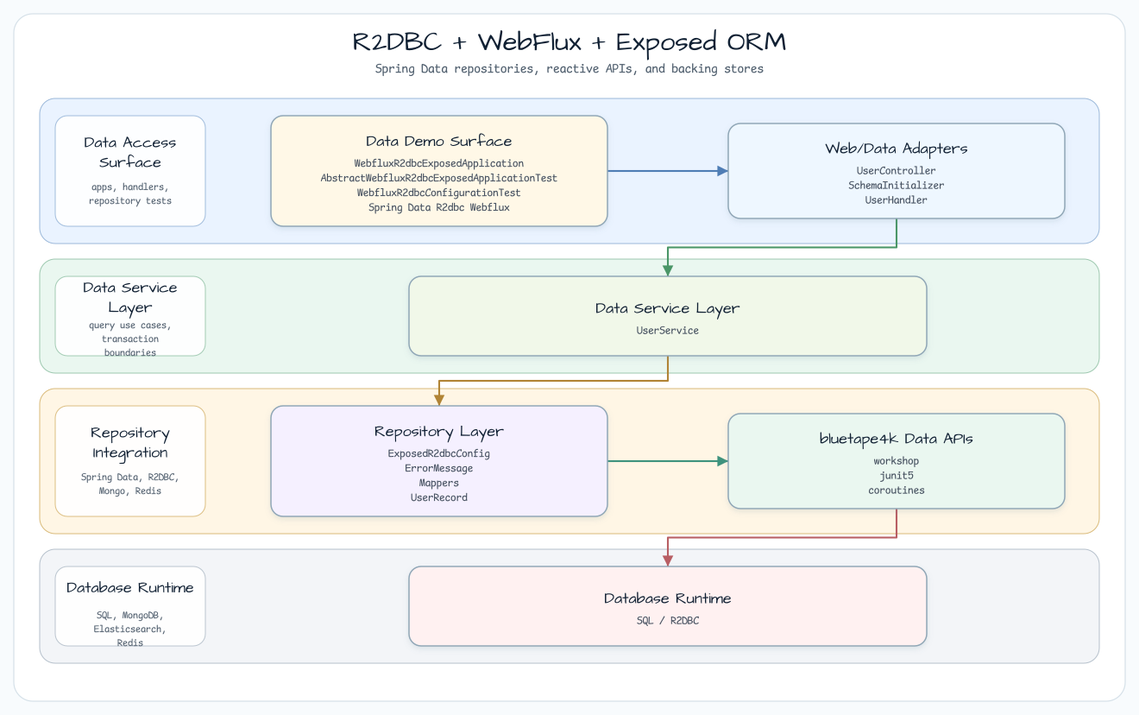
bluetape4k/bluetape4k-workshop keeps this Graphviz diagram as docs/images/readme-diagrams/spring-data-r2dbc-webflux-exposed-readme-architecture-01.png. Above is the earlier version. Its source is kept beside it as docs/images/readme-diagrams/spring-data-r2dbc-webflux-exposed-readme-architecture-01.dot.
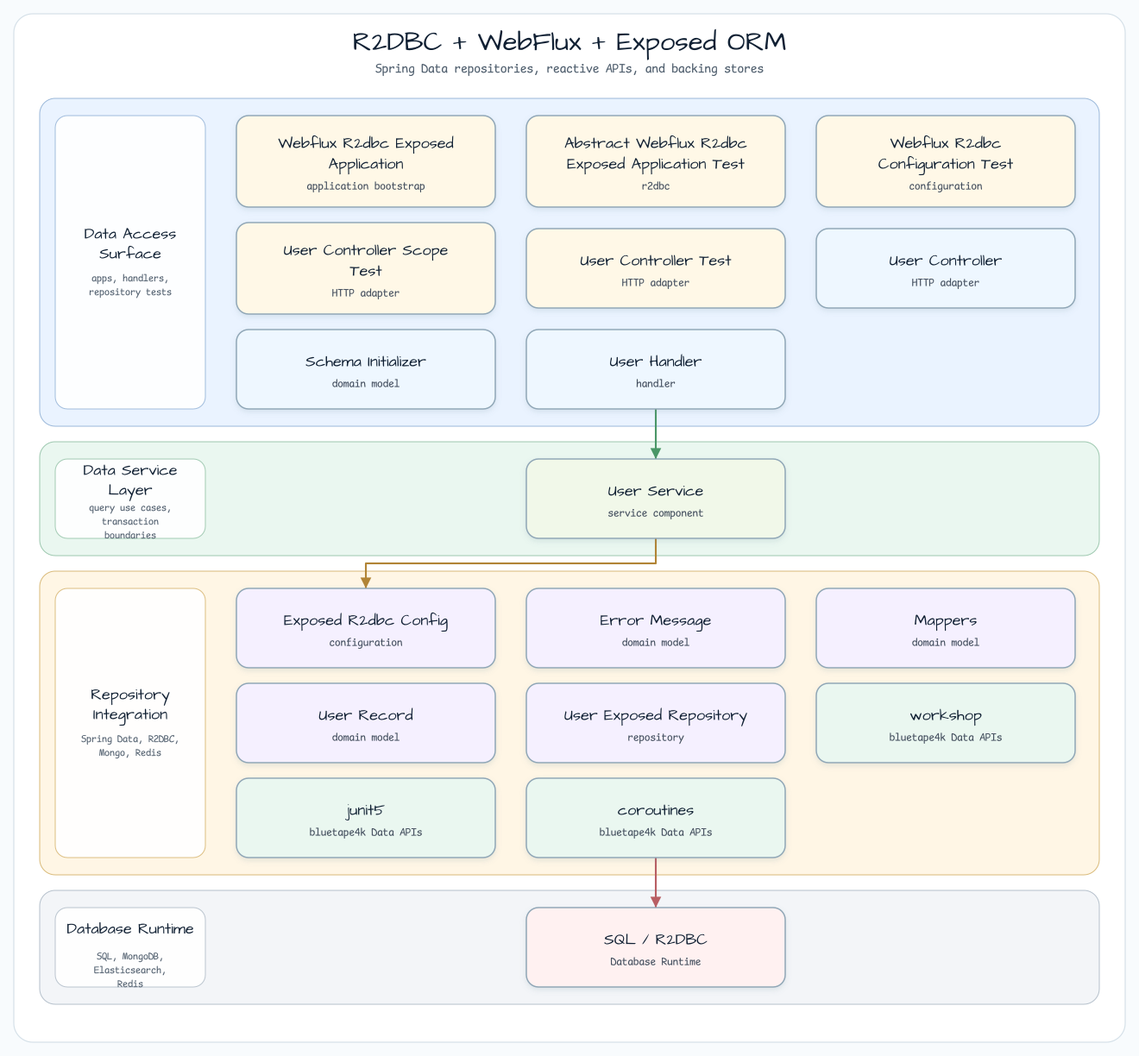
The same diagram one commit later.

Diff of the diagram source:
```diff
@@ -26,16 +26,26 @@
     fontsize=11
   ];
 
-  entry [label="Data Demo Surface\nWebfluxR2dbcExposedApplication\nAbstractWebfluxR2dbcExposedApplicationTest\nWebfluxR2dbcConfigurationTest\nSpring Data R2dbc Webflux", fillcolor="#FFF8E7"];
-  api [label="Web/Data Adapters\nUserController\nSchemaInitializer\nUserHandler", fillcolor="#EEF7FF"];
-  service [label="Data Service Layer\nUserService", fillcolor="#F1F8E9"];
-  infra [label="Repository Layer\nExposedR2dbcConfig\nErrorMessage\nMappers\nUserRecord", fillcolor="#F5F0FF"];
-  bt [label="bluetape4k Data APIs\nworkshop\njunit5\ncoroutines", fillcolor="#EAF7F0"];
-  runtime [label="Database Runtime\nSQL / R2DBC", fillcolor="#FFF1F1"];
+  entry0 [label="Webflux R2dbc Exposed Application\napplication bootstrap", fillcolor="#FFF8E7"];
+  entry1 [label="Abstract Webflux R2dbc Exposed Application Test\nr2dbc", fillcolor="#FFF8E7"];
+  entry2 [label="Webflux R2dbc Configuration Test\nconfiguration", fillcolor="#FFF8E7"];
+  entry3 [label="User Controller Scope Test\nHTTP adapter", fillcolor="#FFF8E7"];
+  entry4 [label="User Controller Test\nHTTP adapter", fillcolor="#FFF8E7"];
+  api0 [label="User Controller\nHTTP adapter", fillcolor="#EEF7FF"];
+  api1 [label="Schema Initializer\ndomain model", fillcolor="#EEF7FF"];
+  api2 [label="User Handler\nhandler", fillcolor="#EEF7FF"];
+  service0 [label="User Service\nservice component", fillcolor="#F1F8E9"];
+  infra0 [label="Exposed R2dbc Config\nconfiguration", fillcolor="#F5F0FF"];
+  infra1 [label="Error Message\ndomain model", fillcolor="#F5F0FF"];
+  infra2 [label="Mappers\ndomain model", fillcolor="#F5F0FF"];
+  infra3 [label="User Record\ndomain model", fillcolor="#F5F0FF"];
+  infra4 [label="User Exposed Repository\nrepository", fillcolor="#F5F0FF"];
+  bt0 [label="workshop\nbluetape4k Data APIs", fillcolor="#EAF7F0"];
+  bt1 [label="junit5\nbluetape4k Data APIs", fillcolor="#EAF7F0"];
+  bt2 [label="coroutines\nbluetape4k Data APIs", fillcolor="#EAF7F0"];
+  runtime0 [label="SQL / R2DBC\nDatabase Runtime", fillcolor="#FFF1F1"];
 
-  entry -> api [label="invokes"];
-  api -> service [label="delegates"];
-  service -> infra [label="persists / publishes"];
-  infra -> bt [label="extends"];
-  bt -> runtime [label="adapts"];
+  api2 -> service0 [label="delegates"];
+  service0 -> infra0 [label="persists / publishes"];
+  bt2 -> runtime0 [label="adapts"];
 }
```
